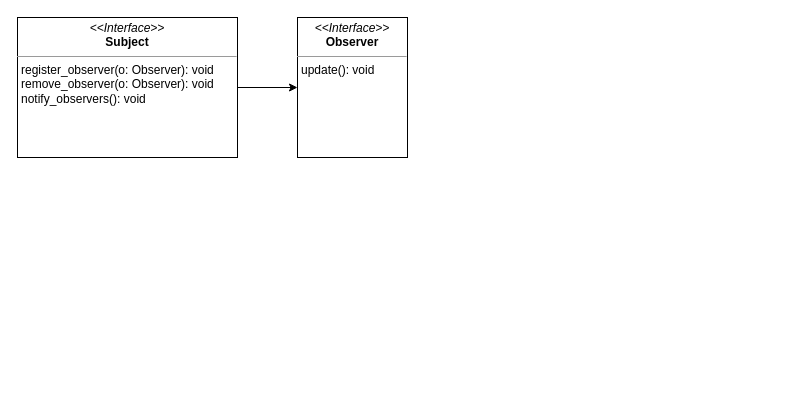
Yakser/drawio-diagrams keeps this draw.io diagram as Meteostation.drawio. Above is the earlier version. Source tidied: cells renumbered, new cells numbered last; positions are measured from the earlier drawing's top-left corner, leaving out a move shared by most shapes. Both pictures are drawn from the tidied source at 100%, with x=0, y=0 at pixel (17, 17).
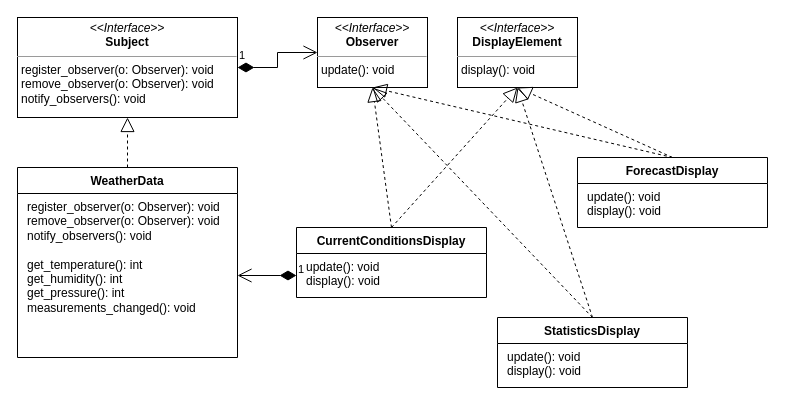
The same diagram, later.

Commit message:
Добавил классы WeatherData и дисплеи

Diff of the diagram source:
```diff
@@
-    <mxCell id="2" style="edgeStyle=orthogonalEdgeStyle;rounded=0;jettySize=auto;html=1;exitX=1;exitY=0.5;exitDx=0;exitDy=0;entryX=0;entryY=0.5;entryDx=0;entryDy=0;" parent="1" edge="1" source="3" target="4">
-      <mxGeometry relative="1" as="geometry" />
-    </mxCell>
     <mxCell id="3" value="&lt;p style=&quot;margin:0px;margin-top:4px;text-align:center;&quot;&gt;&lt;i&gt;&amp;lt;&amp;lt;Interface&amp;gt;&amp;gt;&lt;/i&gt;&lt;br&gt;&lt;b&gt;Subject&lt;/b&gt;&lt;/p&gt;&lt;hr size=&quot;1&quot;&gt;&lt;p style=&quot;margin:0px;margin-left:4px;&quot;&gt;register_observer(o: Observer): void&lt;br&gt;remove_observer(o: Observer): void&lt;br&gt;&lt;/p&gt;&lt;p style=&quot;margin:0px;margin-left:4px;&quot;&gt;notify_observers(): void&lt;br&gt;&lt;/p&gt;" style="verticalAlign=top;align=left;overflow=fill;fontSize=12;fontFamily=Helvetica;html=1;whiteSpace=wrap;" parent="1" vertex="1">
-      <mxGeometry width="220" height="140" as="geometry" />
+      <mxGeometry width="220" height="100" as="geometry" />
     </mxCell>
     <mxCell id="4" value="&lt;p style=&quot;margin:0px;margin-top:4px;text-align:center;&quot;&gt;&lt;i&gt;&amp;lt;&amp;lt;Interface&amp;gt;&amp;gt;&lt;/i&gt;&lt;br&gt;&lt;b&gt;Observer&lt;/b&gt;&lt;/p&gt;&lt;hr size=&quot;1&quot;&gt;&lt;p style=&quot;margin:0px;margin-left:4px;&quot;&gt;update(): void&lt;br&gt;&lt;/p&gt;" style="verticalAlign=top;align=left;overflow=fill;fontSize=12;fontFamily=Helvetica;html=1;whiteSpace=wrap;" parent="1" vertex="1">
-      <mxGeometry x="280" width="110" height="140" as="geometry" />
+      <mxGeometry x="300" width="110" height="70" as="geometry" />
     </mxCell>
+    <mxCell id="5" value="&lt;p style=&quot;margin:0px;margin-top:4px;text-align:center;&quot;&gt;&lt;i&gt;&amp;lt;&amp;lt;Interface&amp;gt;&amp;gt;&lt;/i&gt;&lt;br&gt;&lt;b&gt;DisplayElement&lt;/b&gt;&lt;/p&gt;&lt;hr size=&quot;1&quot;&gt;&lt;p style=&quot;margin:0px;margin-left:4px;&quot;&gt;display(): void&lt;br&gt;&lt;/p&gt;" style="verticalAlign=top;align=left;overflow=fill;fontSize=12;fontFamily=Helvetica;html=1;whiteSpace=wrap;" parent="1" vertex="1">
+      <mxGeometry x="440" width="120" height="70" as="geometry" />
+    </mxCell>
+    <mxCell id="6" value="WeatherData" style="swimlane;fontStyle=1;align=center;verticalAlign=top;horizontal=1;startSize=26;whiteSpace=wrap;html=1;" parent="1" vertex="1">
+      <mxGeometry y="150" width="220" height="190" as="geometry" />
+    </mxCell>
+    <mxCell id="7" value="&lt;p style=&quot;border-color: var(--border-color); margin: 0px 0px 0px 4px;&quot;&gt;register_observer(o: Observer): void&lt;br style=&quot;border-color: var(--border-color);&quot;&gt;remove_observer(o: Observer): void&lt;br style=&quot;border-color: var(--border-color);&quot;&gt;&lt;/p&gt;&lt;p style=&quot;border-color: var(--border-color); margin: 0px 0px 0px 4px;&quot;&gt;notify_observers(): void&lt;/p&gt;&lt;p style=&quot;border-color: var(--border-color); margin: 0px 0px 0px 4px;&quot;&gt;&lt;br&gt;&lt;/p&gt;&lt;p style=&quot;border-color: var(--border-color); margin: 0px 0px 0px 4px;&quot;&gt;get_temperature(): int&lt;/p&gt;&lt;p style=&quot;border-color: var(--border-color); margin: 0px 0px 0px 4px;&quot;&gt;get_humidity(): int&lt;/p&gt;&lt;p style=&quot;border-color: var(--border-color); margin: 0px 0px 0px 4px;&quot;&gt;get_pressure(): int&lt;/p&gt;&lt;p style=&quot;border-color: var(--border-color); margin: 0px 0px 0px 4px;&quot;&gt;measurements_changed(): void&lt;/p&gt;" style="text;strokeColor=none;fillColor=none;align=left;verticalAlign=top;spacingLeft=4;spacingRight=4;overflow=hidden;points=[[0,0.5],[1,0.5]];portConstraint=eastwest;whiteSpace=wrap;html=1;" parent="6" vertex="1">
+      <mxGeometry y="26" width="220" height="164" as="geometry" />
+    </mxCell>
+    <mxCell id="8" style="endArrow=block;dashed=1;endFill=0;endSize=12;html=1;rounded=0;exitX=0.5;exitY=0;exitDx=0;exitDy=0;entryX=0.5;entryY=1;entryDx=0;entryDy=0;" parent="1" edge="1" source="6" target="3">
+      <mxGeometry relative="1" as="geometry" />
+    </mxCell>
+    <mxCell id="2" value="1" style="endArrow=open;html=1;endSize=12;startArrow=diamondThin;startSize=14;startFill=1;edgeStyle=orthogonalEdgeStyle;align=left;verticalAlign=bottom;rounded=0;exitX=1;exitY=0.5;exitDx=0;exitDy=0;entryX=0;entryY=0.5;entryDx=0;entryDy=0;" parent="1" edge="1" source="3" target="4">
+      <mxGeometry x="-1" y="3" relative="1" as="geometry" />
+    </mxCell>
+    <mxCell id="9" value="CurrentConditionsDisplay" style="swimlane;fontStyle=1;align=center;verticalAlign=top;horizontal=1;startSize=26;whiteSpace=wrap;html=1;" parent="1" vertex="1">
+      <mxGeometry x="279" y="210" width="190" height="70" as="geometry" />
+    </mxCell>
+    <mxCell id="10" value="&lt;p style=&quot;border-color: var(--border-color); margin: 0px 0px 0px 4px;&quot;&gt;update(): void&lt;/p&gt;&lt;p style=&quot;border-color: var(--border-color); margin: 0px 0px 0px 4px;&quot;&gt;display(): void&lt;/p&gt;" style="text;strokeColor=none;fillColor=none;align=left;verticalAlign=top;spacingLeft=4;spacingRight=4;overflow=hidden;points=[[0,0.5],[1,0.5]];portConstraint=eastwest;whiteSpace=wrap;html=1;" parent="9" vertex="1">
+      <mxGeometry y="26" width="190" height="44" as="geometry" />
+    </mxCell>
+    <mxCell id="11" style="endArrow=block;dashed=1;endFill=0;endSize=12;html=1;rounded=0;entryX=0.5;entryY=1;entryDx=0;entryDy=0;exitX=0.5;exitY=0;exitDx=0;exitDy=0;" parent="1" edge="1" source="9" target="4">
+      <mxGeometry relative="1" as="geometry" />
+    </mxCell>
+    <mxCell id="12" style="endArrow=block;dashed=1;endFill=0;endSize=12;html=1;rounded=0;entryX=0.5;entryY=1;entryDx=0;entryDy=0;exitX=0.5;exitY=0;exitDx=0;exitDy=0;" parent="1" edge="1" source="9" target="5">
+      <mxGeometry relative="1" as="geometry" />
+    </mxCell>
+    <mxCell id="13" value="1" style="endArrow=open;html=1;endSize=12;startArrow=diamondThin;startSize=14;startFill=1;edgeStyle=orthogonalEdgeStyle;align=left;verticalAlign=bottom;rounded=0;exitX=0;exitY=0.5;exitDx=0;exitDy=0;entryX=1;entryY=0.5;entryDx=0;entryDy=0;" parent="1" edge="1" source="10" target="7">
+      <mxGeometry x="-1" y="3" relative="1" as="geometry" />
+    </mxCell>
+    <mxCell id="14" value="StatisticsDisplay" style="swimlane;fontStyle=1;align=center;verticalAlign=top;horizontal=1;startSize=26;whiteSpace=wrap;html=1;" parent="1" vertex="1">
+      <mxGeometry x="480" y="300" width="190" height="70" as="geometry" />
+    </mxCell>
+    <mxCell id="15" value="&lt;p style=&quot;border-color: var(--border-color); margin: 0px 0px 0px 4px;&quot;&gt;update(): void&lt;/p&gt;&lt;p style=&quot;border-color: var(--border-color); margin: 0px 0px 0px 4px;&quot;&gt;display(): void&lt;/p&gt;" style="text;strokeColor=none;fillColor=none;align=left;verticalAlign=top;spacingLeft=4;spacingRight=4;overflow=hidden;whiteSpace=wrap;html=1;" parent="14" vertex="1">
+      <mxGeometry y="26" width="190" height="44" as="geometry" />
+    </mxCell>
+    <mxCell id="16" value="ForecastDisplay" style="swimlane;fontStyle=1;align=center;verticalAlign=top;horizontal=1;startSize=26;whiteSpace=wrap;html=1;" parent="1" vertex="1">
+      <mxGeometry x="560" y="140" width="190" height="70" as="geometry" />
+    </mxCell>
+    <mxCell id="17" value="&lt;p style=&quot;border-color: var(--border-color); margin: 0px 0px 0px 4px;&quot;&gt;update(): void&lt;/p&gt;&lt;p style=&quot;border-color: var(--border-color); margin: 0px 0px 0px 4px;&quot;&gt;display(): void&lt;/p&gt;" style="text;strokeColor=none;fillColor=none;align=left;verticalAlign=top;spacingLeft=4;spacingRight=4;overflow=hidden;whiteSpace=wrap;html=1;" parent="16" vertex="1">
+      <mxGeometry y="26" width="190" height="44" as="geometry" />
+    </mxCell>
+    <mxCell id="18" style="endArrow=block;dashed=1;endFill=0;endSize=12;html=1;rounded=0;entryX=0.5;entryY=1;entryDx=0;entryDy=0;exitX=0.5;exitY=0;exitDx=0;exitDy=0;" parent="1" edge="1" source="16" target="4">
+      <mxGeometry relative="1" as="geometry" />
+    </mxCell>
+    <mxCell id="19" style="endArrow=block;dashed=1;endFill=0;endSize=12;html=1;rounded=0;entryX=0.5;entryY=1;entryDx=0;entryDy=0;exitX=0.5;exitY=0;exitDx=0;exitDy=0;" parent="1" edge="1" source="16" target="5">
+      <mxGeometry relative="1" as="geometry" />
+    </mxCell>
+    <mxCell id="20" style="endArrow=block;dashed=1;endFill=0;endSize=12;html=1;rounded=0;entryX=0.5;entryY=1;entryDx=0;entryDy=0;exitX=0.5;exitY=0;exitDx=0;exitDy=0;" parent="1" edge="1" source="14" target="4">
+      <mxGeometry relative="1" as="geometry" />
+    </mxCell>
+    <mxCell id="21" style="endArrow=block;dashed=1;endFill=0;endSize=12;html=1;rounded=0;entryX=0.5;entryY=1;entryDx=0;entryDy=0;exitX=0.5;exitY=0;exitDx=0;exitDy=0;" parent="1" edge="1" source="14" target="5">
+      <mxGeometry relative="1" as="geometry" />
+    </mxCell>
```
